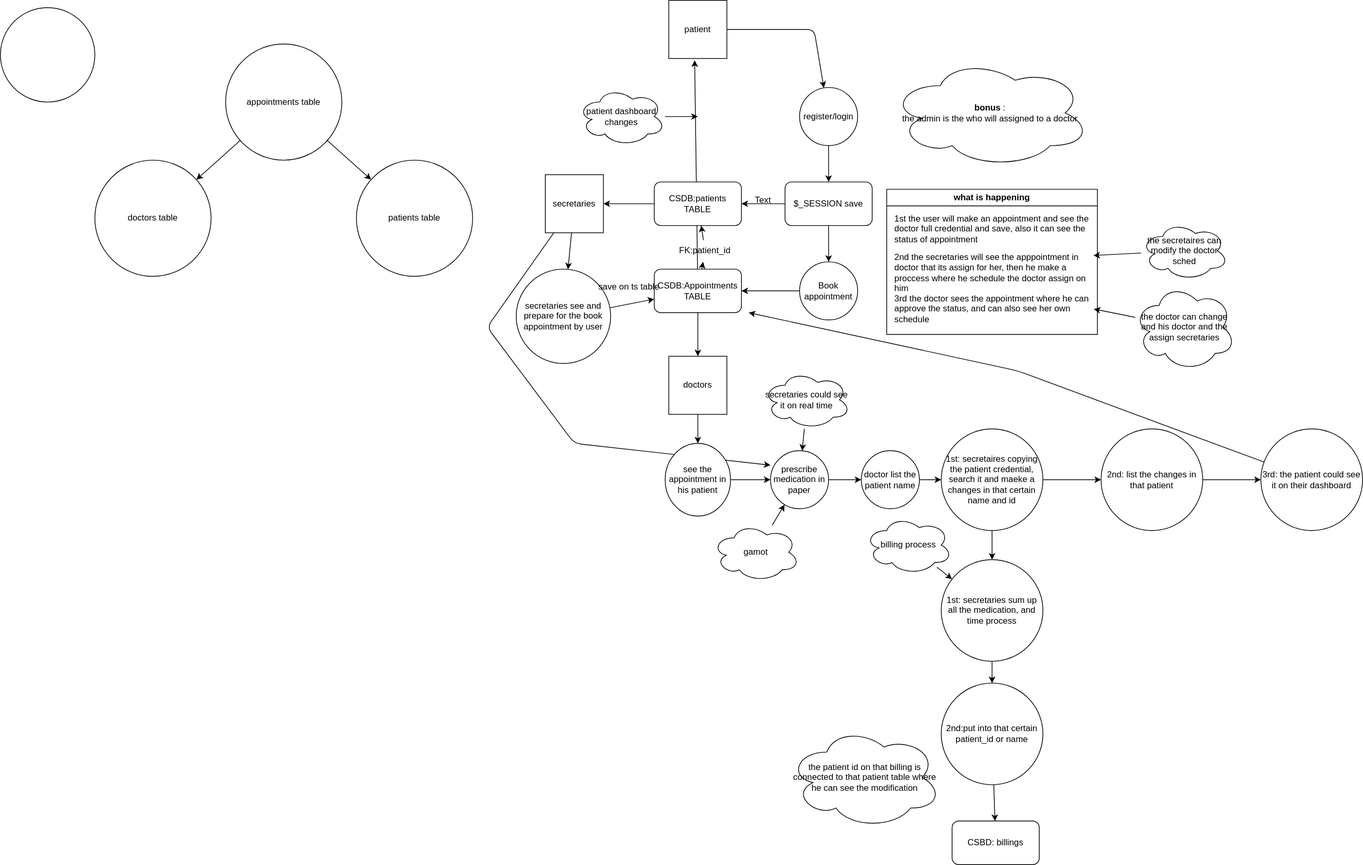
Earlier version of the draw.io export flowchart/.drawio.svg (ImRoniel/CareSync-System). Source tidied: cells renumbered, new cells last; positions are measured from the earlier drawing's top-left corner, leaving out a move shared by most shapes.
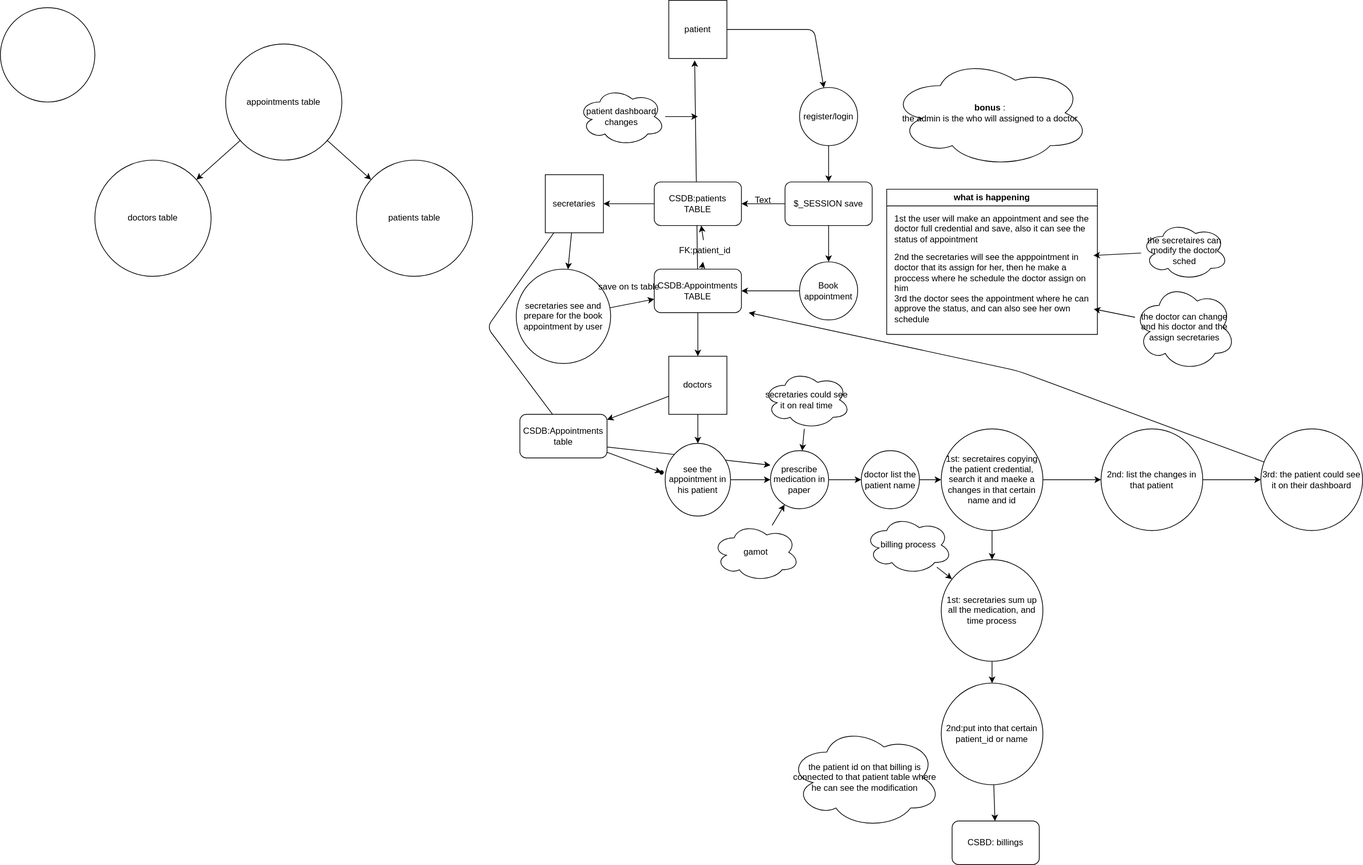
The same diagram one commit later.

Diff of the diagram source:
```diff
@@ -105,6 +105,9 @@
     <mxCell id="32" style="edgeStyle=none;html=1;" parent="1" edge="1" source="33" target="35">
       <mxGeometry relative="1" as="geometry" />
     </mxCell>
+    <mxCell id="70" style="edgeStyle=none;html=1;" parent="1" edge="1" source="33" target="72">
+      <mxGeometry relative="1" as="geometry" />
+    </mxCell>
     <mxCell id="33" value="doctors" style="whiteSpace=wrap;html=1;" parent="1" vertex="1">
       <mxGeometry x="920" y="490" width="80" height="80" as="geometry" />
     </mxCell>
@@ -223,5 +226,14 @@
     <mxCell id="69" value="the patient id on that billing is connected to that patient table where he can see the modification" style="ellipse;shape=cloud;whiteSpace=wrap;html=1;" parent="1" vertex="1">
       <mxGeometry x="1085" y="1000" width="210" height="140" as="geometry" />
     </mxCell>
+    <mxCell id="71" style="edgeStyle=none;html=1;" parent="1" edge="1" source="72" target="73">
+      <mxGeometry relative="1" as="geometry" />
+    </mxCell>
+    <mxCell id="72" value="CSDB:Appointments table" style="rounded=1;whiteSpace=wrap;html=1;" parent="1" vertex="1">
+      <mxGeometry x="715" y="570" width="120" height="60" as="geometry" />
+    </mxCell>
+    <mxCell id="73" style="shape=waypoint;sketch=0;size=6;points=[];fillColor=default;perimeter=centerPerimeter;snapToPoint=1;rounded=1;" parent="1" vertex="1">
+      <mxGeometry x="900" y="640" width="20" height="20" as="geometry" />
+    </mxCell>
   </root>
 </mxGraphModel>
```
